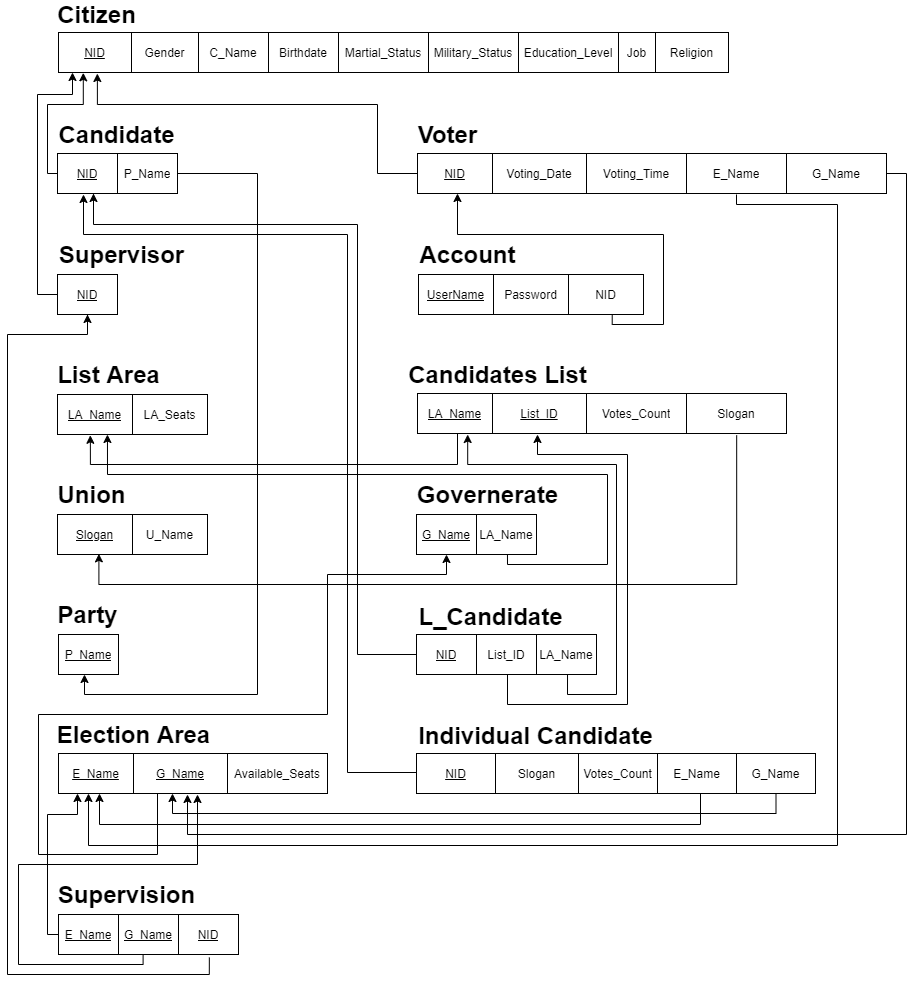
ziad-khobeiz/e-voting-system keeps this draw.io diagram as schema.png. Above is the earlier version. Source tidied: cells renumbered, new cells last; positions are measured from the earlier drawing's top-left corner, leaving out a move shared by most shapes.
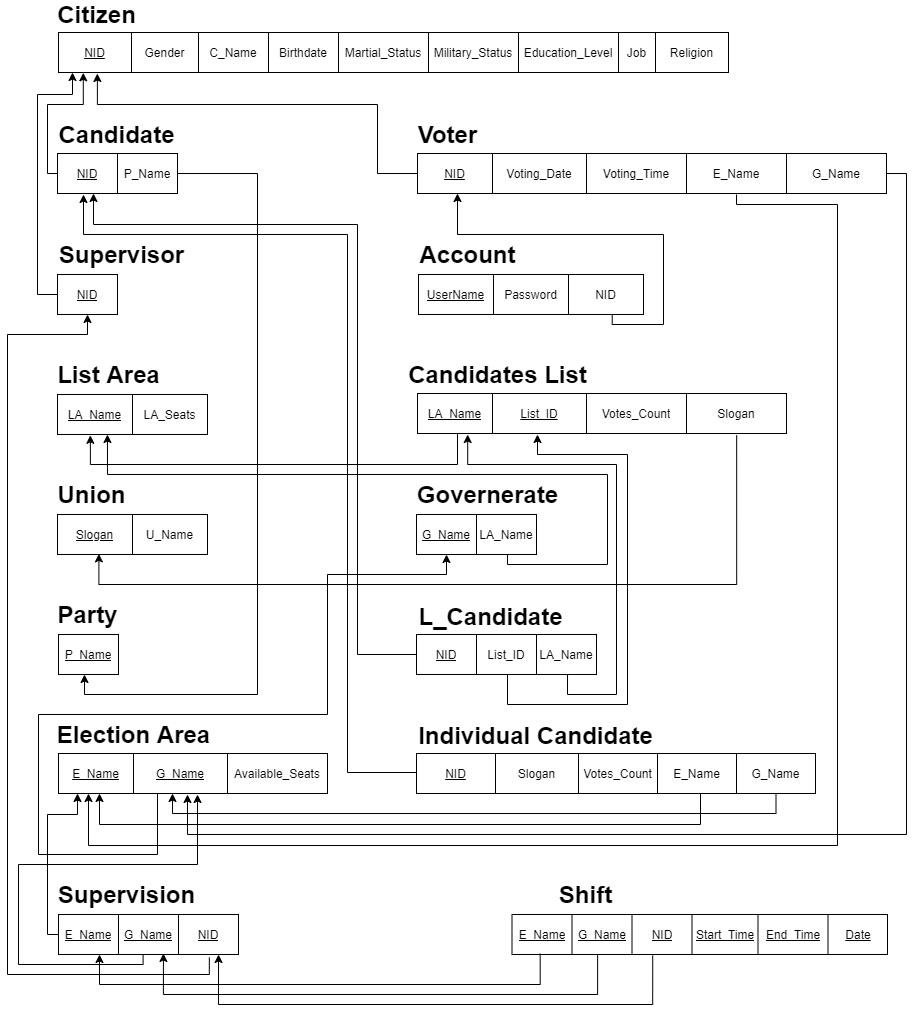
After the change.

Commit message:
Added multivalued attributes

The edit, as a diff of the source:
```diff
@@ -461,5 +461,58 @@
         </Array>
       </mxGeometry>
     </mxCell>
+    <mxCell id="109" style="shape=table;html=1;whiteSpace=wrap;startSize=0;" parent="1" vertex="1">
+      <mxGeometry x="504.5" y="910" width="375.5" height="40" as="geometry" />
+    </mxCell>
+    <mxCell id="110" style="shape=partialRectangle;html=1;whiteSpace=wrap;fillColor=none;top=0;left=0;bottom=0;right=0;points=[[0,0.5],[1,0.5]];portConstraint=eastwest;" parent="109" vertex="1">
+      <mxGeometry width="375.5" height="40" as="geometry" />
+    </mxCell>
+    <mxCell id="111" value="&lt;u&gt;E_Name&lt;/u&gt;" style="shape=partialRectangle;html=1;whiteSpace=wrap;overflow=hidden;fillColor=none;top=0;left=0;bottom=0;right=0;" parent="110" vertex="1">
+      <mxGeometry width="60" height="40" as="geometry" />
+    </mxCell>
+    <mxCell id="112" value="&lt;u&gt;G_Name&lt;/u&gt;" style="shape=partialRectangle;html=1;whiteSpace=wrap;overflow=hidden;fillColor=none;top=0;left=0;bottom=0;right=0;" parent="110" vertex="1">
+      <mxGeometry x="60" width="60" height="40" as="geometry" />
+    </mxCell>
+    <mxCell id="113" value="&lt;u&gt;NID&lt;/u&gt;" style="shape=partialRectangle;html=1;whiteSpace=wrap;overflow=hidden;fillColor=none;top=0;left=0;bottom=0;right=0;" parent="110" vertex="1">
+      <mxGeometry x="120" width="60" height="40" as="geometry" />
+    </mxCell>
+    <mxCell id="114" value="&lt;u&gt;Start_Time&lt;/u&gt;" style="shape=partialRectangle;html=1;whiteSpace=wrap;overflow=hidden;fillColor=none;top=0;left=0;bottom=0;right=0;" parent="110" vertex="1">
+      <mxGeometry x="180" width="66" height="40" as="geometry" />
+    </mxCell>
+    <mxCell id="115" value="&lt;u&gt;End_Time&lt;/u&gt;" style="shape=partialRectangle;html=1;whiteSpace=wrap;overflow=hidden;fillColor=none;top=0;left=0;bottom=0;right=0;" parent="110" vertex="1">
+      <mxGeometry x="246" width="70" height="40" as="geometry" />
+    </mxCell>
+    <mxCell id="116" value="&lt;u&gt;Date&lt;/u&gt;" style="shape=partialRectangle;html=1;whiteSpace=wrap;overflow=hidden;fillColor=none;top=0;left=0;bottom=0;right=0;" parent="110" vertex="1">
+      <mxGeometry x="316" width="60" height="40" as="geometry" />
+    </mxCell>
+    <mxCell id="117" value="&lt;font style=&quot;font-size: 24px&quot;&gt;&lt;b&gt;Shift&lt;/b&gt;&lt;/font&gt;" style="text;html=1;align=center;verticalAlign=middle;" parent="1" vertex="1">
+      <mxGeometry x="543" y="880" width="70" height="20" as="geometry" />
+    </mxCell>
+    <mxCell id="118" style="edgeStyle=orthogonalEdgeStyle;rounded=0;jettySize=auto;html=1;exitX=0.075;exitY=0.981;exitDx=0;exitDy=0;exitPerimeter=0;" parent="1" edge="1" source="110" target="101">
+      <mxGeometry relative="1" as="geometry">
+        <Array as="points">
+          <mxPoint x="533" y="980" />
+          <mxPoint x="92" y="980" />
+        </Array>
+      </mxGeometry>
+    </mxCell>
+    <mxCell id="119" style="edgeStyle=orthogonalEdgeStyle;rounded=0;jettySize=auto;html=1;exitX=0.228;exitY=1;exitDx=0;exitDy=0;exitPerimeter=0;entryX=0.583;entryY=0.974;entryDx=0;entryDy=0;entryPerimeter=0;" parent="1" edge="1" source="110" target="101">
+      <mxGeometry relative="1" as="geometry">
+        <Array as="points">
+          <mxPoint x="590" y="990" />
+          <mxPoint x="156" y="990" />
+        </Array>
+      </mxGeometry>
+    </mxCell>
+    <mxCell id="120" style="edgeStyle=orthogonalEdgeStyle;rounded=0;orthogonalLoop=1;jettySize=auto;html=1;exitX=0.228;exitY=1;exitDx=0;exitDy=0;exitPerimeter=0;entryX=0.583;entryY=0.974;entryDx=0;entryDy=0;entryPerimeter=0;" parent="1" edge="1">
+      <mxGeometry relative="1" as="geometry">
+        <mxPoint x="645.2" y="951" as="sourcePoint" />
+        <mxPoint x="211" y="950" as="targetPoint" />
+        <Array as="points">
+          <mxPoint x="645" y="1000" />
+          <mxPoint x="211" y="1000" />
+        </Array>
+      </mxGeometry>
+    </mxCell>
   </root>
 </mxGraphModel>
```
